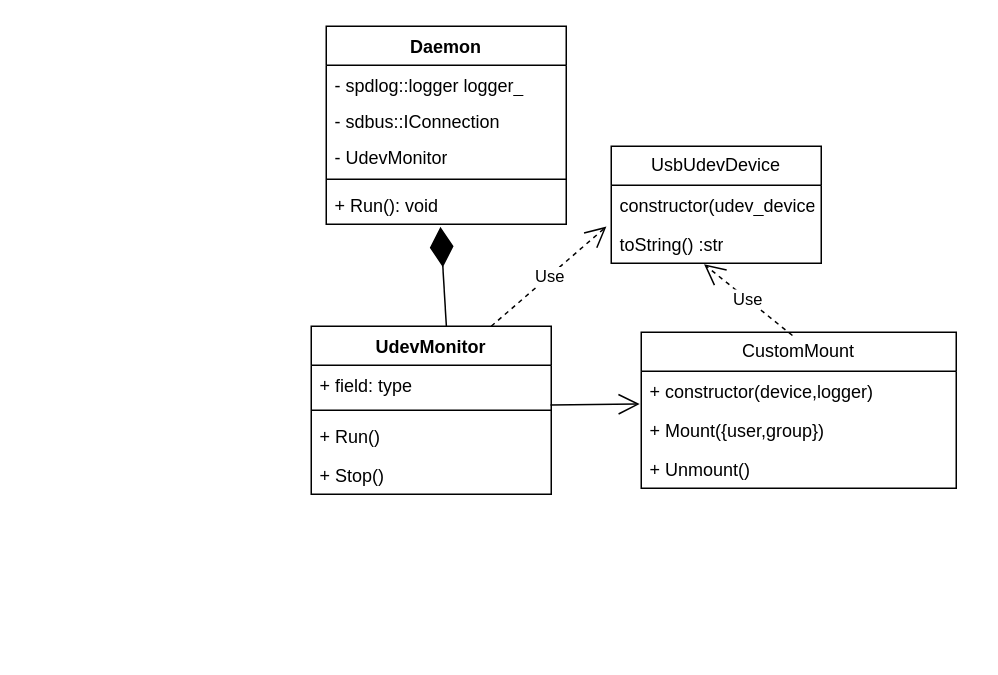
3036662/alterator-usbmount keeps this draw.io diagram as daemon/classes.drawio. Above is the earlier version. Source tidied: cells renumbered, new cells numbered last; positions are measured from the earlier drawing's top-left corner, leaving out a move shared by most shapes. Both pictures are drawn from the tidied source at 150%, with x=0, y=0 at pixel (310, 26).
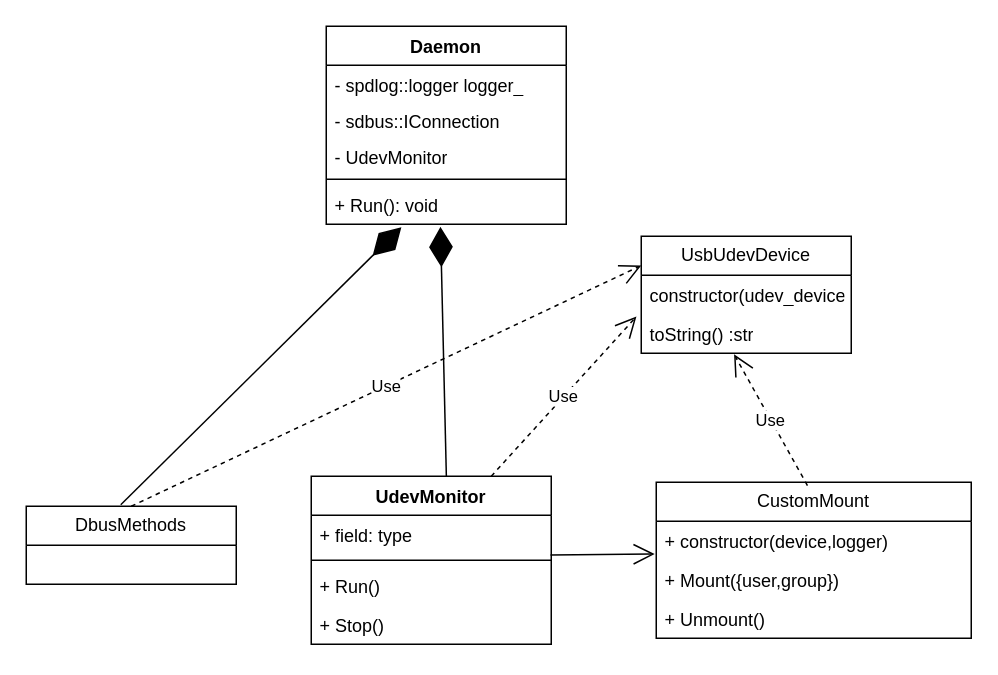
The same page after the edit.

The change refers to these unchanged cells:
```xml
<mxCell id="7" value="+ Run(): void" style="text;strokeColor=none;fillColor=none;align=left;verticalAlign=top;spacingLeft=4;spacingRight=4;overflow=hidden;points=[[0,0.5],[1,0.5]];portConstraint=eastwest;whiteSpace=wrap;html=1;" parent="2" vertex="1">
  <mxGeometry y="106" width="160" height="26" as="geometry" />
</mxCell>
```

Change to the diagram source:
```diff
@@
     <mxCell id="8" value="UdevMonitor" style="swimlane;fontStyle=1;align=center;verticalAlign=top;horizontal=1;startSize=26;whiteSpace=wrap;html=1;" parent="1" vertex="1">
-      <mxGeometry y="200" width="160" height="112" as="geometry" />
+      <mxGeometry y="300" width="160" height="112" as="geometry" />
     </mxCell>
@@
     <mxCell id="14" value="CustomMount" style="swimlane;fontStyle=0;horizontal=1;startSize=26;fillColor=none;whiteSpace=wrap;html=1;" parent="1" vertex="1">
-      <mxGeometry x="220" y="204" width="210" height="104" as="geometry" />
+      <mxGeometry x="230" y="304" width="210" height="104" as="geometry" />
     </mxCell>
@@
     <mxCell id="19" value="UsbUdevDevice" style="swimlane;fontStyle=0;horizontal=1;startSize=26;fillColor=none;whiteSpace=wrap;html=1;" parent="1" vertex="1">
-      <mxGeometry x="200" y="80" width="140" height="78" as="geometry" />
+      <mxGeometry x="220" y="140" width="140" height="78" as="geometry" />
     </mxCell>
@@
+    <mxCell id="24" value="DbusMethods" style="swimlane;fontStyle=0;horizontal=1;startSize=26;fillColor=none;whiteSpace=wrap;html=1;" parent="1" vertex="1">
+      <mxGeometry x="-190" y="320" width="140" height="52" as="geometry" />
+    </mxCell>
+    <mxCell id="25" style="endArrow=diamondThin;endFill=1;endSize=24;html=1;rounded=0;entryX=0.313;entryY=1.077;entryDx=0;entryDy=0;entryPerimeter=0;exitX=0.45;exitY=-0.019;exitDx=0;exitDy=0;exitPerimeter=0;" parent="1" edge="1" source="24" target="7">
+      <mxGeometry relative="1" as="geometry" />
+    </mxCell>
+    <mxCell id="26" value="Use" style="endArrow=open;endSize=12;dashed=1;html=1;rounded=0;entryX=0;entryY=0.25;entryDx=0;entryDy=0;exitX=0.5;exitY=0;exitDx=0;exitDy=0;" parent="1" edge="1" source="24" target="19">
+      <mxGeometry relative="1" as="geometry" />
+    </mxCell>
```
